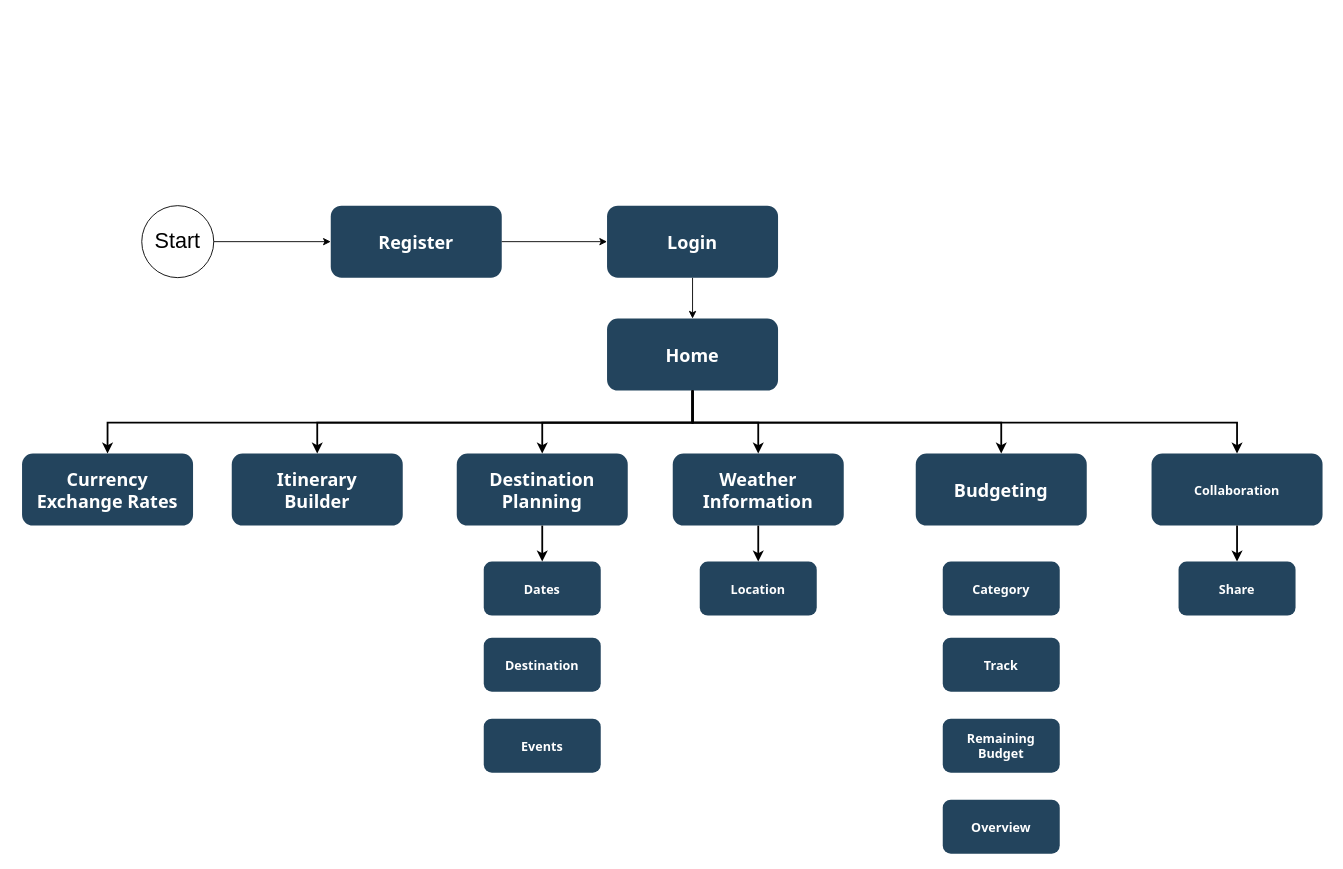
Before: sitemap.drawio in tankwangwei/WAD2Proj, a draw.io diagram. Source tidied: cells renumbered, new cells numbered last; positions are measured from the earlier drawing's top-left corner, leaving out a move shared by most shapes. Both pictures are drawn from the tidied source at 90%, with x=0, y=0 at pixel (22, 205).
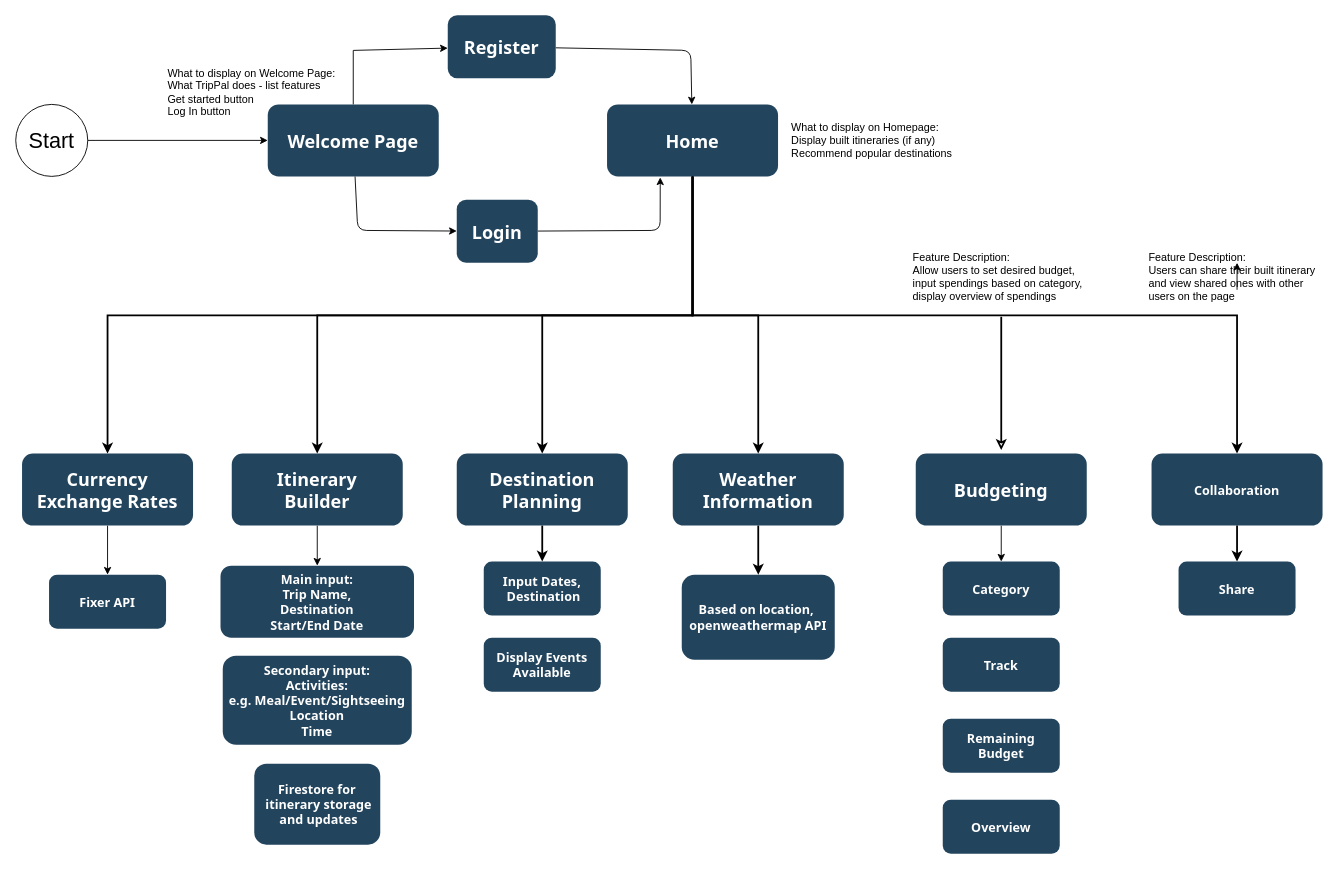
After the change.

The change refers to these unchanged cells:
```xml
<mxCell id="3" value="Collaboration" style="rounded=1;fillColor=#23445D;gradientColor=none;strokeColor=none;fontColor=#FFFFFF;fontStyle=1;fontFamily=Tahoma;fontSize=14;" parent="1" vertex="1">
  <mxGeometry x="1255" y="275.5" width="190" height="80" as="geometry" />
</mxCell>
<mxCell id="5" value="Weather&#10;Information" style="rounded=1;fillColor=#23445D;gradientColor=none;strokeColor=none;fontColor=#FFFFFF;fontStyle=1;fontFamily=Tahoma;fontSize=20;" parent="1" vertex="1">
  <mxGeometry x="723" y="275.5" width="190" height="80" as="geometry" />
</mxCell>
<mxCell id="6" value="Itinerary&#10;Builder" style="rounded=1;fillColor=#23445D;gradientColor=none;strokeColor=none;fontColor=#FFFFFF;fontStyle=1;fontFamily=Tahoma;fontSize=20;" parent="1" vertex="1">
  <mxGeometry x="233" y="275.5" width="190" height="80" as="geometry" />
</mxCell>
<mxCell id="7" value="Currency&#10;Exchange Rates" style="rounded=1;fillColor=#23445D;gradientColor=none;strokeColor=none;fontColor=#FFFFFF;fontStyle=1;fontFamily=Tahoma;fontSize=20;" parent="1" vertex="1">
  <mxGeometry y="275.5" width="190" height="80" as="geometry" />
</mxCell>
<mxCell id="9" value="Share" style="rounded=1;fillColor=#23445D;gradientColor=none;strokeColor=none;fontColor=#FFFFFF;fontStyle=1;fontFamily=Tahoma;fontSize=14;" parent="1" vertex="1">
  <mxGeometry x="1285" y="395.5" width="130" height="60" as="geometry" />
</mxCell>
<mxCell id="20" value="Destination&#10;Planning" style="rounded=1;fillColor=#23445D;gradientColor=none;strokeColor=none;fontColor=#FFFFFF;fontStyle=1;fontFamily=Tahoma;fontSize=20;" parent="1" vertex="1">
  <mxGeometry x="483" y="275.5" width="190" height="80" as="geometry" />
</mxCell>
<mxCell id="23" value="Budgeting" style="rounded=1;fillColor=#23445D;gradientColor=none;strokeColor=none;fontColor=#FFFFFF;fontStyle=1;fontFamily=Tahoma;fontSize=20;" parent="1" vertex="1">
  <mxGeometry x="993" y="275.5" width="190" height="80" as="geometry" />
</mxCell>
<mxCell id="25" value="Category" style="rounded=1;fillColor=#23445D;gradientColor=none;strokeColor=none;fontColor=#FFFFFF;fontStyle=1;fontFamily=Tahoma;fontSize=14;" parent="1" vertex="1">
  <mxGeometry x="1023" y="395.5" width="130" height="60" as="geometry" />
</mxCell>
```

What changed in the source:
```diff
@@
     <mxCell id="2" value="Home" style="rounded=1;fillColor=#23445D;gradientColor=none;strokeColor=none;fontColor=#FFFFFF;fontStyle=1;fontFamily=Tahoma;fontSize=20;" parent="1" vertex="1">
-      <mxGeometry x="650" y="125.5" width="190" height="80" as="geometry" />
+      <mxGeometry x="650" y="-112.5" width="190" height="80" as="geometry" />
     </mxCell>
@@
+    <mxCell id="33" style="edgeStyle=none;html=1;entryX=0.5;entryY=0;entryDx=0;entryDy=0;" parent="1" edge="1" source="6" target="43">
+      <mxGeometry relative="1" as="geometry" />
+    </mxCell>
@@
+    <mxCell id="34" style="edgeStyle=none;html=1;" parent="1" edge="1" source="7" target="38">
+      <mxGeometry relative="1" as="geometry" />
+    </mxCell>
@@
-    <mxCell id="8" value="Location" style="rounded=1;fillColor=#23445D;gradientColor=none;strokeColor=none;fontColor=#FFFFFF;fontStyle=1;fontFamily=Tahoma;fontSize=14;" parent="1" vertex="1">
-      <mxGeometry x="753" y="395.5" width="130" height="60" as="geometry" />
+    <mxCell id="8" value="Based on location, &#10;openweathermap API" style="rounded=1;fillColor=#23445D;gradientColor=none;strokeColor=none;fontColor=#FFFFFF;fontStyle=1;fontFamily=Tahoma;fontSize=14;" parent="1" vertex="1">
+      <mxGeometry x="733" y="410" width="170" height="94.5" as="geometry" />
     </mxCell>
@@
     <mxCell id="12" style="edgeStyle=elbowEdgeStyle;elbow=vertical;strokeWidth=2;rounded=0;" parent="1" edge="1" source="5" target="8">
-      <mxGeometry x="-23" y="135.5" as="geometry" />
+      <mxGeometry x="-23" y="338" as="geometry" />
     </mxCell>
     <mxCell id="13" style="edgeStyle=elbowEdgeStyle;elbow=vertical;strokeWidth=2;rounded=0;" parent="1" edge="1" source="3" target="9">
-      <mxGeometry x="-23" y="135.5" as="geometry" />
+      <mxGeometry x="-23" y="338" as="geometry" />
     </mxCell>
     <mxCell id="14" value="&lt;font style=&quot;font-size: 24px;&quot;&gt;Start&lt;/font&gt;" style="ellipse;whiteSpace=wrap;html=1;" parent="1" vertex="1">
-      <mxGeometry x="133" width="80" height="80" as="geometry" />
+      <mxGeometry x="-7" y="-112.5" width="80" height="80" as="geometry" />
     </mxCell>
@@
+    <mxCell id="35" style="edgeStyle=none;html=1;" parent="1" edge="1" source="16" target="18">
+      <mxGeometry relative="1" as="geometry">
+        <Array as="points">
+          <mxPoint x="373" y="27.5" />
+        </Array>
+      </mxGeometry>
+    </mxCell>
-    <mxCell id="16" value="Register" style="rounded=1;fillColor=#23445D;gradientColor=none;strokeColor=none;fontColor=#FFFFFF;fontStyle=1;fontFamily=Tahoma;fontSize=20;" parent="1" vertex="1">
-      <mxGeometry x="343" width="190" height="80" as="geometry" />
+    <mxCell id="16" value="Welcome Page" style="rounded=1;fillColor=#23445D;gradientColor=none;strokeColor=none;fontColor=#FFFFFF;fontStyle=1;fontFamily=Tahoma;fontSize=20;" parent="1" vertex="1">
+      <mxGeometry x="273" y="-112.5" width="190" height="80" as="geometry" />
     </mxCell>
-    <mxCell id="17" style="edgeStyle=orthogonalEdgeStyle;rounded=0;jettySize=auto;html=1;" parent="1" edge="1" source="18" target="2">
-      <mxGeometry relative="1" as="geometry" />
-    </mxCell>
-    <mxCell id="18" value="Login" style="rounded=1;fillColor=#23445D;gradientColor=none;strokeColor=none;fontColor=#FFFFFF;fontStyle=1;fontFamily=Tahoma;fontSize=20;" parent="1" vertex="1">
-      <mxGeometry x="650" width="190" height="80" as="geometry" />
-    </mxCell>
-    <mxCell id="19" style="endArrow=classic;html=1;rounded=0;entryX=0;entryY=0.5;entryDx=0;entryDy=0;exitX=1;exitY=0.5;exitDx=0;exitDy=0;" parent="1" edge="1" source="16" target="18">
-      <mxGeometry relative="1" as="geometry" />
+    <mxCell id="19" style="endArrow=classic;html=1;rounded=0;exitX=0.5;exitY=0;exitDx=0;exitDy=0;" parent="1" edge="1" source="16" target="46">
+      <mxGeometry relative="1" as="geometry">
+        <Array as="points">
+          <mxPoint x="368" y="-172.5" />
+        </Array>
+      </mxGeometry>
     </mxCell>
@@
+    <mxCell id="36" style="edgeStyle=none;html=1;exitX=0.5;exitY=1;exitDx=0;exitDy=0;" parent="1" edge="1" source="23" target="25">
+      <mxGeometry relative="1" as="geometry" />
+    </mxCell>
+    <mxCell id="37" style="edgeStyle=none;html=1;endArrow=classic;endFill=0;strokeWidth=2;entryX=0.5;entryY=0;entryDx=0;entryDy=0;" parent="1" edge="1">
+      <mxGeometry relative="1" as="geometry">
+        <mxPoint x="1088" y="123.5" as="sourcePoint" />
+        <mxPoint x="1088" y="271.5" as="targetPoint" />
+      </mxGeometry>
+    </mxCell>
@@
-    <mxCell id="24" style="edgeStyle=elbowEdgeStyle;elbow=vertical;strokeWidth=2;rounded=0;exitX=0.5;exitY=1;exitDx=0;exitDy=0;entryX=0.5;entryY=0;entryDx=0;entryDy=0;" parent="1" edge="1" source="2" target="23">
-      <mxGeometry x="337" y="215.5" as="geometry" />
-    </mxCell>
@@
-    <mxCell id="29" value="Events" style="rounded=1;fillColor=#23445D;gradientColor=none;strokeColor=none;fontColor=#FFFFFF;fontStyle=1;fontFamily=Tahoma;fontSize=14;" parent="1" vertex="1">
-      <mxGeometry x="513" y="570" width="130" height="60" as="geometry" />
-    </mxCell>
-    <mxCell id="30" value="Dates" style="rounded=1;fillColor=#23445D;gradientColor=none;strokeColor=none;fontColor=#FFFFFF;fontStyle=1;fontFamily=Tahoma;fontSize=14;" parent="1" vertex="1">
+    <mxCell id="30" value="Input Dates,&#10; Destination" style="rounded=1;fillColor=#23445D;gradientColor=none;strokeColor=none;fontColor=#FFFFFF;fontStyle=1;fontFamily=Tahoma;fontSize=14;" parent="1" vertex="1">
       <mxGeometry x="513" y="395.5" width="130" height="60" as="geometry" />
     </mxCell>
     <mxCell id="31" style="edgeStyle=elbowEdgeStyle;elbow=vertical;strokeWidth=2;rounded=0;entryX=0.5;entryY=0;entryDx=0;entryDy=0;exitX=0.5;exitY=1;exitDx=0;exitDy=0;" parent="1" edge="1" source="20" target="30">
-      <mxGeometry x="-23" y="135.5" as="geometry" />
+      <mxGeometry x="-23" y="338" as="geometry" />
     </mxCell>
-    <mxCell id="32" value="Destination" style="rounded=1;fillColor=#23445D;gradientColor=none;strokeColor=none;fontColor=#FFFFFF;fontStyle=1;fontFamily=Tahoma;fontSize=14;" parent="1" vertex="1">
+    <mxCell id="32" value="Display Events &#10;Available" style="rounded=1;fillColor=#23445D;gradientColor=none;strokeColor=none;fontColor=#FFFFFF;fontStyle=1;fontFamily=Tahoma;fontSize=14;" parent="1" vertex="1">
       <mxGeometry x="513" y="480" width="130" height="60" as="geometry" />
     </mxCell>
+    <mxCell id="38" value="Fixer API" style="rounded=1;fillColor=#23445D;gradientColor=none;strokeColor=none;fontColor=#FFFFFF;fontStyle=1;fontFamily=Tahoma;fontSize=14;" parent="1" vertex="1">
+      <mxGeometry x="30" y="410" width="130" height="60" as="geometry" />
+    </mxCell>
+    <mxCell id="39" value="Feature Description:&lt;br&gt;Allow users to set desired budget,&lt;br&gt;input spendings based on category, display overview of spendings&amp;nbsp;" style="text;strokeColor=none;align=left;fillColor=none;html=1;verticalAlign=middle;whiteSpace=wrap;rounded=0;" parent="1" vertex="1">
+      <mxGeometry x="988" y="63.5" width="200" height="30" as="geometry" />
+    </mxCell>
+    <mxCell id="40" value="Feature Description:&lt;br&gt;Users can share their built itinerary and view shared ones with other users on the page&amp;nbsp;" style="text;strokeColor=none;align=left;fillColor=none;html=1;verticalAlign=middle;whiteSpace=wrap;rounded=0;" parent="1" vertex="1">
+      <mxGeometry x="1250" y="63.5" width="200" height="30" as="geometry" />
+    </mxCell>
+    <mxCell id="41" value="Firestore for&#10; itinerary storage&#10; and updates" style="rounded=1;fillColor=#23445D;gradientColor=none;strokeColor=none;fontColor=#FFFFFF;fontStyle=1;fontFamily=Tahoma;fontSize=14;" parent="1" vertex="1">
+      <mxGeometry x="258" y="620" width="140" height="90" as="geometry" />
+    </mxCell>
+    <mxCell id="42" value="What to display on Homepage:&lt;br&gt;Display built itineraries (if any)&amp;nbsp;&lt;br&gt;Recommend popular destinations" style="text;strokeColor=none;align=left;fillColor=none;html=1;verticalAlign=middle;whiteSpace=wrap;rounded=0;" parent="1" vertex="1">
+      <mxGeometry x="853" y="-87.5" width="200" height="30" as="geometry" />
+    </mxCell>
+    <mxCell id="43" value="Main input:&#10;Trip Name,&#10;Destination&#10;Start/End Date" style="rounded=1;fillColor=#23445D;gradientColor=none;strokeColor=none;fontColor=#FFFFFF;fontStyle=1;fontFamily=Tahoma;fontSize=14;" parent="1" vertex="1">
+      <mxGeometry x="220.5" y="400" width="215" height="80" as="geometry" />
+    </mxCell>
+    <mxCell id="44" value="Secondary input:&#10;Activities:&#10;e.g. Meal/Event/Sightseeing&#10;Location&#10;Time" style="rounded=1;fillColor=#23445D;gradientColor=none;strokeColor=none;fontColor=#FFFFFF;fontStyle=1;fontFamily=Tahoma;fontSize=14;" parent="1" vertex="1">
+      <mxGeometry x="223" y="500" width="210" height="99" as="geometry" />
+    </mxCell>
+    <mxCell id="45" style="edgeStyle=none;html=1;" parent="1" edge="1" source="46" target="2">
+      <mxGeometry relative="1" as="geometry">
+        <Array as="points">
+          <mxPoint x="743" y="-172.5" />
+        </Array>
+      </mxGeometry>
+    </mxCell>
+    <mxCell id="46" value="Register" style="rounded=1;fillColor=#23445D;gradientColor=none;strokeColor=none;fontColor=#FFFFFF;fontStyle=1;fontFamily=Tahoma;fontSize=20;" parent="1" vertex="1">
+      <mxGeometry x="473" y="-211.5" width="120" height="70" as="geometry" />
+    </mxCell>
+    <mxCell id="47" style="edgeStyle=none;html=1;exitX=0.5;exitY=1;exitDx=0;exitDy=0;entryX=0.5;entryY=0;entryDx=0;entryDy=0;" parent="1" edge="1" source="40" target="40">
+      <mxGeometry relative="1" as="geometry" />
+    </mxCell>
+    <mxCell id="17" style="edgeStyle=none;html=1;entryX=0.311;entryY=1.014;entryDx=0;entryDy=0;entryPerimeter=0;" parent="1" edge="1" source="18" target="2">
+      <mxGeometry relative="1" as="geometry">
+        <Array as="points">
+          <mxPoint x="709" y="27.5" />
+        </Array>
+      </mxGeometry>
+    </mxCell>
+    <mxCell id="18" value="Login" style="rounded=1;fillColor=#23445D;gradientColor=none;strokeColor=none;fontColor=#FFFFFF;fontStyle=1;fontFamily=Tahoma;fontSize=20;" parent="1" vertex="1">
+      <mxGeometry x="483" y="-6.5" width="90" height="70" as="geometry" />
+    </mxCell>
+    <mxCell id="48" value="What to display on Welcome Page:&lt;br&gt;What TripPal does - list features&lt;br&gt;Get started button&amp;nbsp;&lt;br&gt;Log In button&lt;br&gt;" style="text;strokeColor=none;align=left;fillColor=none;html=1;verticalAlign=middle;whiteSpace=wrap;rounded=0;" parent="1" vertex="1">
+      <mxGeometry x="160" y="-141.5" width="215" height="30" as="geometry" />
+    </mxCell>
```
